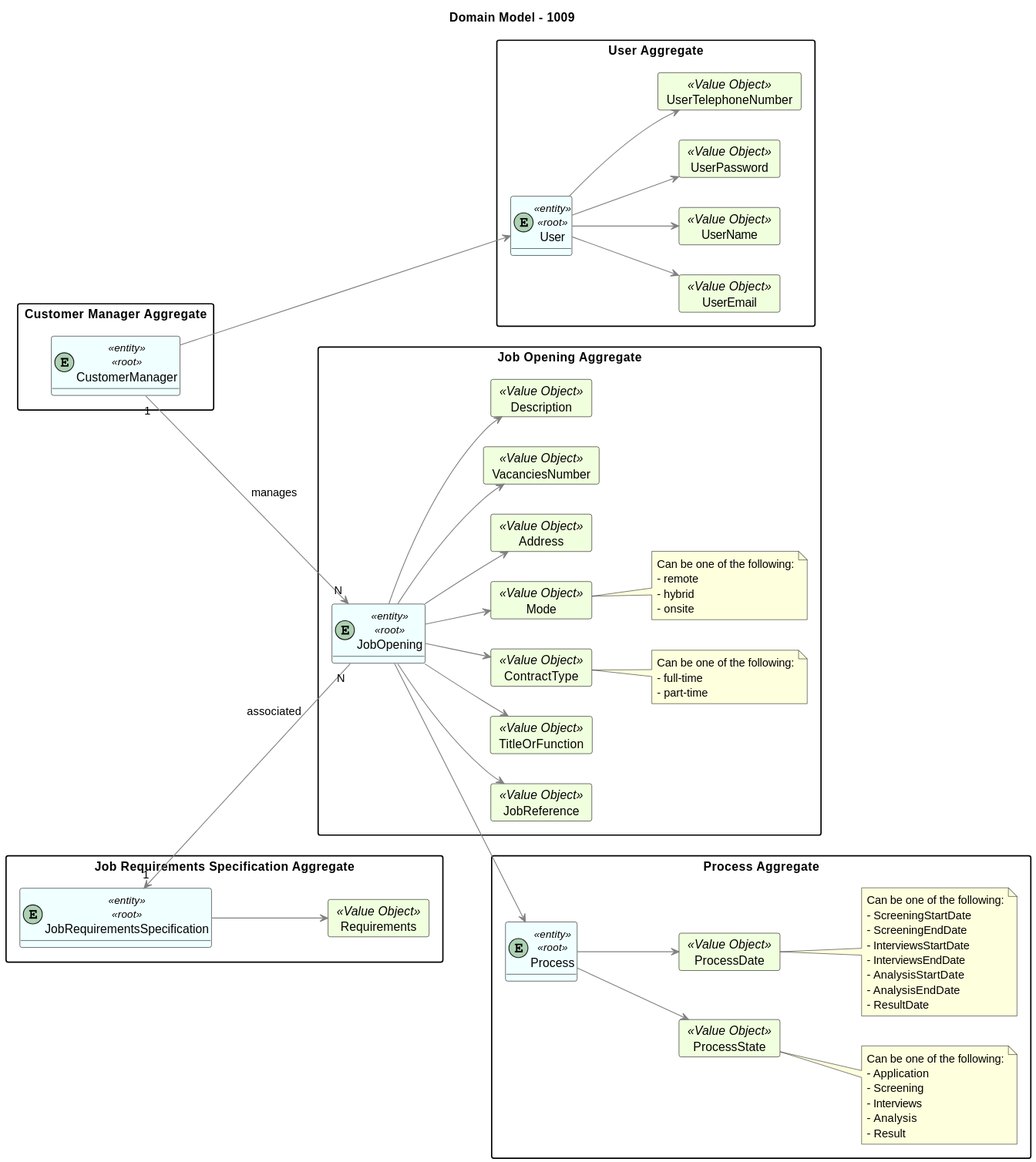
Before: docs/SprintB/select-the-requirements-specification/domain-model.svg, a diagram exported from PlantUML (MiguelCardoso77/LAPR4). Its diagram source:
```plantuml
@startuml
hide methods
left to right direction

Title "Domain Model - 1009"

skinparam class {
    LifeLineBorderColor DarkBlue
    LifeLineBackgroundColor APPLICATION
    BackgroundColor #F0FFFF
    ArrowColor grey
    BorderColor black
}

skinparam packageStyle rectangle

skinparam card {
    LifeLineBorderColor Green
    LifeLineBackgroundColor APPLICATION
    BackgroundColor #F0FFDD
    ArrowColor DarkGrey
    BorderColor Black
}

package "User Aggregate"{
entity User <<entity>><<root>>

    card UserEmail <<Value Object>> {
    }
    card UserName <<Value Object>> {
    }
    card UserPassword <<Value Object>> {
    }
    card UserTelephoneNumber <<Value Object>> {
    }

    User --> UserEmail
    User --> UserName
    User --> UserTelephoneNumber
    User --> UserPassword

}

package "Customer Manager Aggregate"{
entity CustomerManager <<entity>><<root>>

}

package "Job Opening Aggregate"{
entity JobOpening <<entity>><<root>>

    card JobReference <<Value Object>> {
    }
    card TitleOrFunction <<Value Object>> {
    }
    card ContractType <<Value Object>> {
    }
    card Mode <<Value Object>> {
    }
    card Address <<Value Object>> {
    }
    card VacanciesNumber <<Value Object>> {
    }
    card Description <<Value Object>> {
    }

    JobOpening --> JobReference
    JobOpening --> TitleOrFunction
    JobOpening --> ContractType
    JobOpening --> Mode
    JobOpening --> Address
    JobOpening --> VacanciesNumber
    JobOpening --> Description

    note right of ContractType
        Can be one of the following:
        - full-time
        - part-time
    end note

    note right of Mode
         Can be one of the following:
         - remote
         - hybrid
         - onsite
    end note

}

package "Process Aggregate"{
entity Process <<entity>><<root>>

    card ProcessState <<Value Object>> {
    }
    card ProcessDate <<Value Object>> {
    }

    Process --> ProcessState
    Process --> ProcessDate

    note right of ProcessDate
        Can be one of the following:
        - ScreeningStartDate
        - ScreeningEndDate
        - InterviewsStartDate
        - InterviewsEndDate
        - AnalysisStartDate
        - AnalysisEndDate
        - ResultDate
    end note

    note right of ProcessState
        Can be one of the following:
        - Application
        - Screening
        - Interviews
        - Analysis
        - Result
    end note

}

package "Job Requirements Specification Aggregate"{
entity JobRequirementsSpecification <<entity>><<root>>

    card Requirements <<Value Object>>{
    }

        JobRequirementsSpecification --> Requirements

}

JobRequirementsSpecification "1" <-- "N" JobOpening : associated

CustomerManager "1" --> "N" JobOpening : manages
CustomerManager ---> User

JobOpening --> Process
@enduml
```
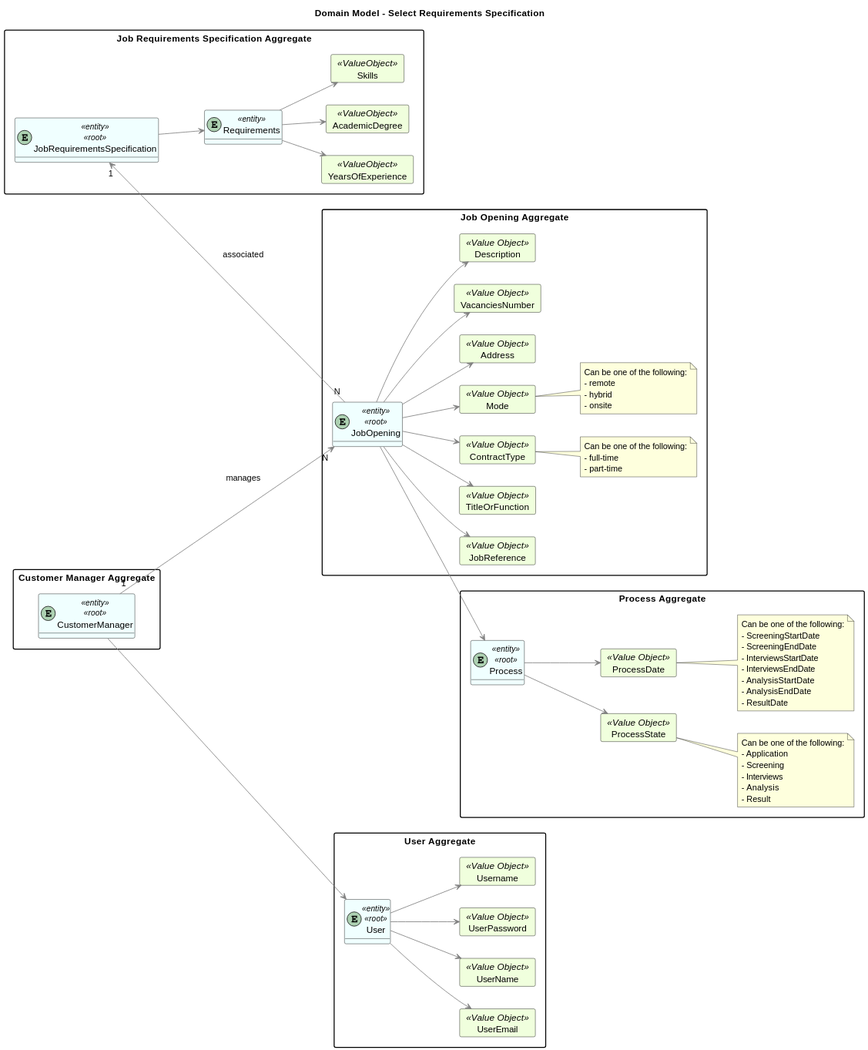
Above is the later version.

The edit, as a diff of the source:
```diff
@@ -2,7 +2,7 @@
 hide methods
 left to right direction
 
-Title "Domain Model - 1009"
+Title "Domain Model - Select Requirements Specification"
 
 skinparam class {
     LifeLineBorderColor DarkBlue
@@ -22,27 +22,23 @@
     BorderColor Black
 }
 
-package "User Aggregate"{
-entity User <<entity>><<root>>
+package "Job Requirements Specification Aggregate"{
+entity JobRequirementsSpecification <<entity>><<root>>
 
-    card UserEmail <<Value Object>> {
-    }
-    card UserName <<Value Object>> {
-    }
-    card UserPassword <<Value Object>> {
-    }
-    card UserTelephoneNumber <<Value Object>> {
-    }
+    entity Requirements <<entity>>
 
-    User --> UserEmail
-    User --> UserName
-    User --> UserTelephoneNumber
-    User --> UserPassword
+        card YearsOfExperience <<ValueObject>>{
+        }
+        card AcademicDegree <<ValueObject>>{
+        }
+        card Skills <<ValueObject>>{
+        }
 
-}
+        Requirements --> YearsOfExperience
+        Requirements --> AcademicDegree
+        Requirements --> Skills
 
-package "Customer Manager Aggregate"{
-entity CustomerManager <<entity>><<root>>
+    JobRequirementsSpecification --> Requirements
 
 }
 
@@ -87,6 +83,25 @@
 
 }
 
+package "User Aggregate"{
+entity User <<entity>><<root>>
+
+    card UserEmail <<Value Object>> {
+    }
+    card UserName <<Value Object>> {
+    }
+    card UserPassword <<Value Object>> {
+    }
+    card Username<<Value Object>> {
+    }
+
+    User --> UserEmail
+    User --> UserName
+    User --> Username
+    User --> UserPassword
+
+}
+
 package "Process Aggregate"{
 entity Process <<entity>><<root>>
 
@@ -120,20 +135,16 @@
 
 }
 
-package "Job Requirements Specification Aggregate"{
-entity JobRequirementsSpecification <<entity>><<root>>
-
-    card Requirements <<Value Object>>{
-    }
-
-        JobRequirementsSpecification --> Requirements
+package "Customer Manager Aggregate"{
+entity CustomerManager <<entity>><<root>>
 
 }
 
-JobRequirementsSpecification "1" <-- "N" JobOpening : associated
-
-CustomerManager "1" --> "N" JobOpening : manages
 CustomerManager ---> User
 
-JobOpening --> Process
+JobRequirementsSpecification "1" <--- "N" JobOpening : associated
+
+JobOpening  --> Process
+
+CustomerManager "1" ---> "N" JobOpening : manages
 @enduml
```
